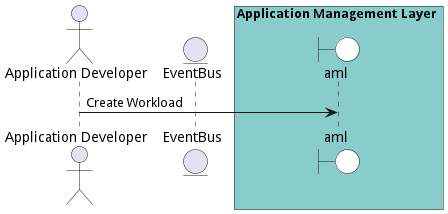
madajaju/edgemere keeps this PlantUML diagram as docs/edgemere/aml/usecases/manageworkloads/CreateWorkload.png. Above is the earlier version.
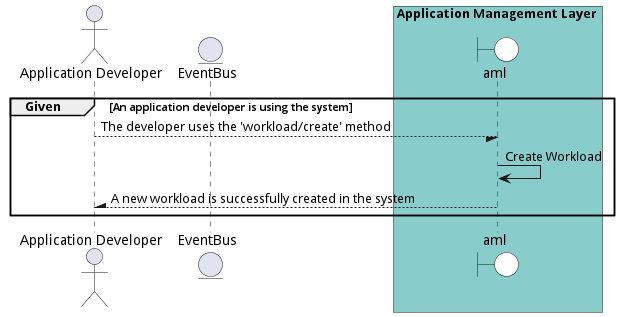
Later version of the same file.

Diff of the diagram source:
```diff
@@ -1,4 +1,5 @@
 @startuml
+
 
 actor "Application Developer"
 
@@ -10,9 +11,16 @@
 end box
 
 
+group Given [An application developer is using the system]
 
-"Application Developer" -> aml: Create Workload
+"Application Developer" --/ aml: The developer uses the &#39;workload/create&#39; method
+"aml" -> aml: Create Workload
 
 
 
+"Application Developer" /-- aml: A new workload is successfully created in the system
+
+
+end
+
 @enduml
```
